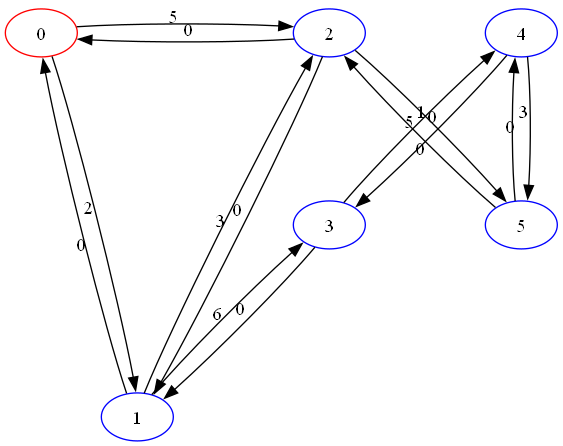
This is Projekt/rysunek.png from Erdahil/AiSD2-projekt, a Graphviz export, as it was before one commit. Its source is kept beside it as Projekt/rysunek.dot.
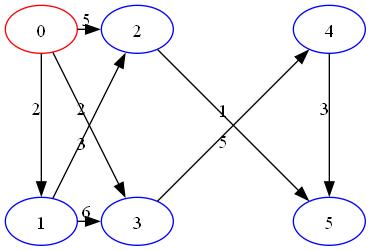
After the change.

What changed in the source:
```diff
@@ -1,22 +1,16 @@
 digraph G {
-    0 [pos="1,1!", label="0", color="red"];
-    1 [pos="2,-3!", label="1", color="blue"];
-    2 [pos="4,1!", label="2", color="blue"];
-    3 [pos="4,-1!", label="3", color="blue"];
-    4 [pos="6,1!", label="4", color="blue"];
-    5 [pos="6,-1!", label="5", color="blue"];
+    0 [pos="0,1!", label="0", color="red"];
+    1 [pos="0,-1!", label="1", color="blue"];
+    2 [pos="1,1!", label="2", color="blue"];
+    3 [pos="1,-1!", label="3", color="blue"];
+    4 [pos="3,1!", label="4", color="blue"];
+    5 [pos="3,-1!", label="5", color="blue"];
     0 -> 2 [label="5"];
     0 -> 1 [label="2"];
+    0 -> 3 [label="2"];
+    1 -> 3 [label="6"];
     1 -> 2 [label="3"];
-    1 -> 3 [label="6"];
-    1 -> 0 [label="0"];
     2 -> 5 [label="1"];
-    2 -> 0 [label="0"];
-    2 -> 1 [label="0"];
     3 -> 4 [label="5"];
-    3 -> 1 [label="0"];
     4 -> 5 [label="3"];
-    4 -> 3 [label="0"];
-    5 -> 2 [label="0"];
-    5 -> 4 [label="0"];
 }
```
